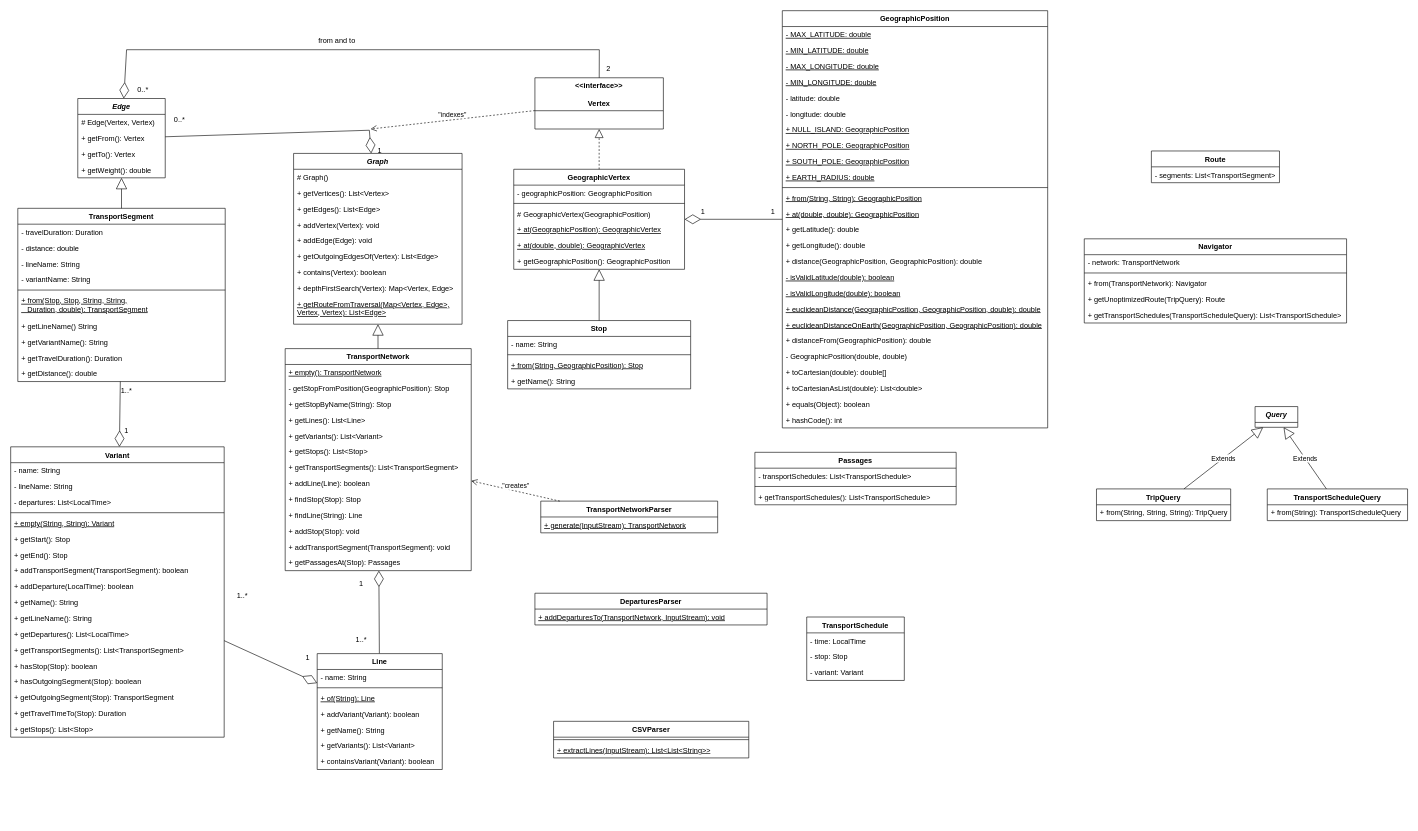
Above: specification/diagrams/model.drawio in adrian-heouairi/MoriaMap (draw.io), before the change. Source tidied: cells renumbered, new cells numbered last; positions are measured from the earlier drawing's top-left corner, leaving out a move shared by most shapes. Both pictures are drawn from the tidied source at 61%, with x=0, y=0 at pixel (10, 10).
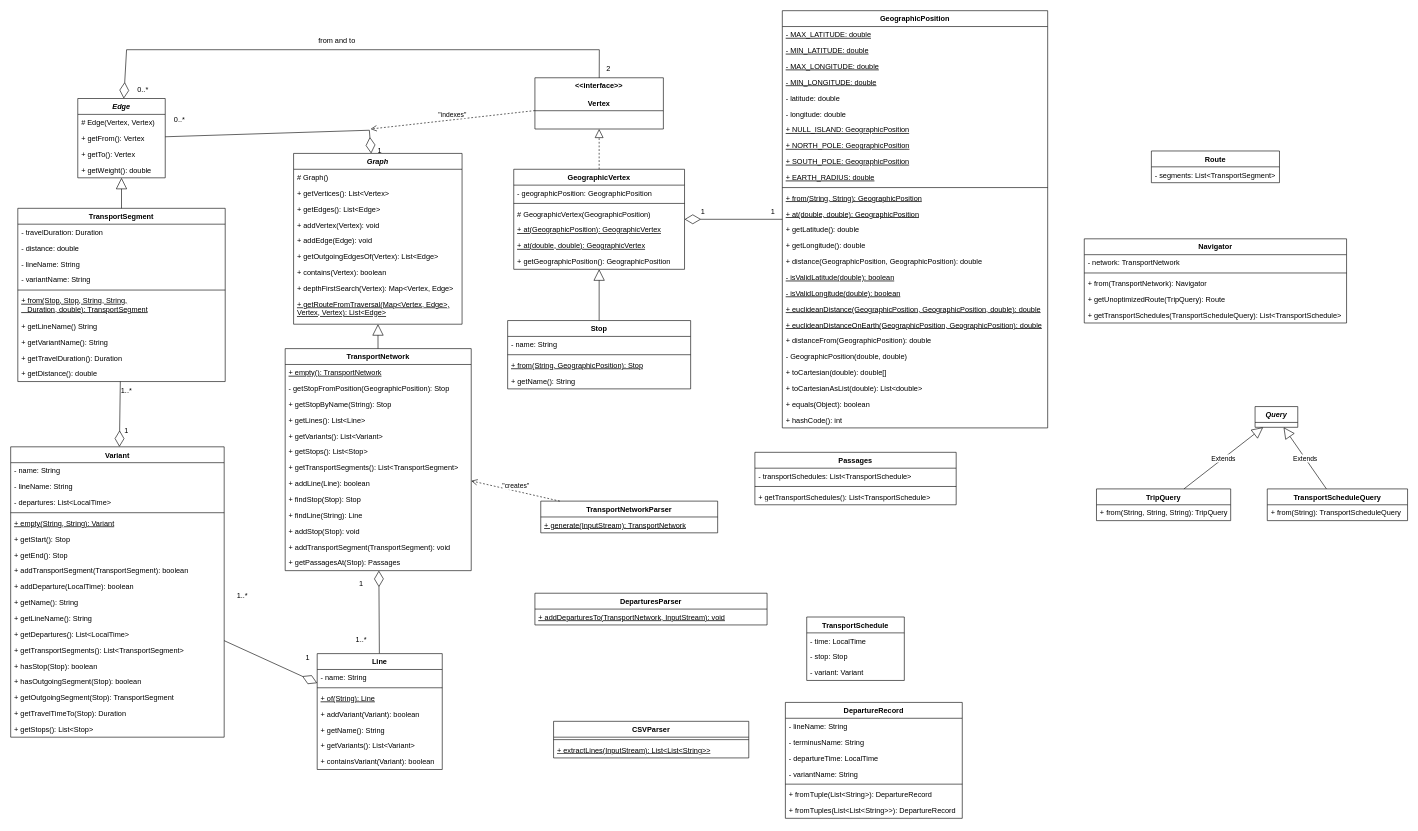
The same page after the edit.

Commit message:
Update model diagram

What changed in the source:
```diff
@@
+    <mxCell id="164" value="DepartureRecord" style="swimlane;fontStyle=1;align=center;verticalAlign=top;horizontal=1;startSize=26;" parent="1" vertex="1">
+      <mxGeometry x="1270" y="1134" width="290" height="190" as="geometry" />
+    </mxCell>
+    <mxCell id="165" value="- lineName: String" style="text;strokeColor=none;fillColor=none;align=left;verticalAlign=top;spacingLeft=4;spacingRight=4;overflow=hidden;" parent="164" vertex="1">
+      <mxGeometry y="26" width="290" height="26" as="geometry" />
+    </mxCell>
+    <mxCell id="166" value="- terminusName: String" style="text;strokeColor=none;fillColor=none;align=left;verticalAlign=top;spacingLeft=4;spacingRight=4;overflow=hidden;" parent="164" vertex="1">
+      <mxGeometry y="52" width="290" height="26" as="geometry" />
+    </mxCell>
+    <mxCell id="167" value="- departureTime: LocalTime" style="text;strokeColor=none;fillColor=none;align=left;verticalAlign=top;spacingLeft=4;spacingRight=4;overflow=hidden;" parent="164" vertex="1">
+      <mxGeometry y="78" width="290" height="26" as="geometry" />
+    </mxCell>
+    <mxCell id="168" value="- variantName: String" style="text;strokeColor=none;fillColor=none;align=left;verticalAlign=top;spacingLeft=4;spacingRight=4;overflow=hidden;" parent="164" vertex="1">
+      <mxGeometry y="104" width="290" height="26" as="geometry" />
+    </mxCell>
+    <mxCell id="169" style="line;strokeWidth=1;fillColor=none;align=left;verticalAlign=middle;spacingTop=-1;spacingLeft=3;spacingRight=3;labelPosition=right;strokeColor=inherit;" parent="164" vertex="1">
+      <mxGeometry y="130" width="290" height="8" as="geometry" />
+    </mxCell>
+    <mxCell id="170" value="+ fromTuple(List&lt;String&gt;): DepartureRecord" style="text;strokeColor=none;fillColor=none;align=left;verticalAlign=top;spacingLeft=4;spacingRight=4;overflow=hidden;" parent="164" vertex="1">
+      <mxGeometry y="138" width="290" height="26" as="geometry" />
+    </mxCell>
+    <mxCell id="171" value="+ fromTuples(List&lt;List&lt;String&gt;&gt;): DepartureRecord" style="text;strokeColor=none;fillColor=none;align=left;verticalAlign=top;spacingLeft=4;spacingRight=4;overflow=hidden;" parent="164" vertex="1">
+      <mxGeometry y="164" width="290" height="26" as="geometry" />
+    </mxCell>
```
